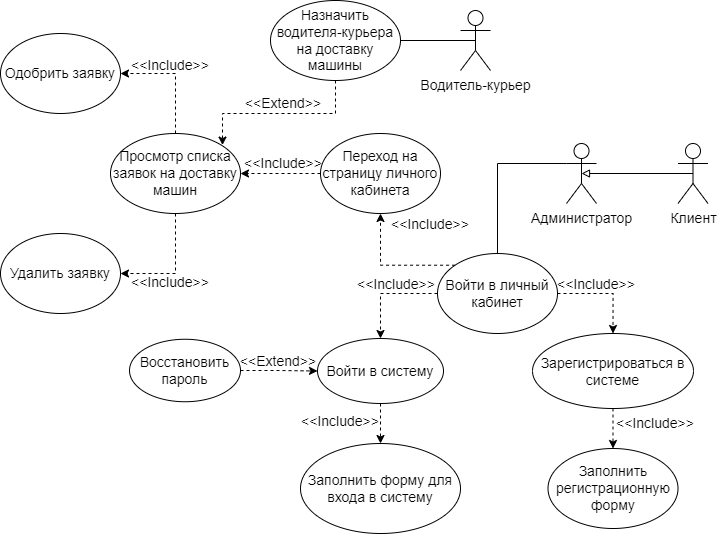
Earlier version of the draw.io export Diagrams/Диаграмма прецедентов (Use-case diagram)/Use Case-Администратор.drawio.png (plnppt/Programming-technologies-project). Source tidied: cells renumbered, new cells last; positions are measured from the earlier drawing's top-left corner, leaving out a move shared by most shapes. Its diagram source:
```xml
<mxGraphModel>
  <root>
    <mxCell id="0" />
    <mxCell id="1" parent="0" />
    <mxCell id="2" style="edgeStyle=orthogonalEdgeStyle;rounded=0;jettySize=auto;html=1;exitX=0;exitY=0.3333333333333333;exitDx=0;exitDy=0;exitPerimeter=0;entryX=0.5;entryY=0;entryDx=0;entryDy=0;fontSize=14;startArrow=none;startFill=0;endArrow=none;endFill=0;" parent="1" edge="1" source="3" target="6">
      <mxGeometry relative="1" as="geometry" />
    </mxCell>
    <mxCell id="3" value="Администратор" style="shape=umlActor;verticalLabelPosition=bottom;verticalAlign=top;html=1;outlineConnect=0;fontSize=14;" parent="1" vertex="1">
      <mxGeometry x="566" y="143" width="30" height="60" as="geometry" />
    </mxCell>
    <mxCell id="4" style="edgeStyle=orthogonalEdgeStyle;rounded=0;jettySize=auto;html=1;exitX=1;exitY=0.5;exitDx=0;exitDy=0;entryX=0.5;entryY=0;entryDx=0;entryDy=0;fontSize=14;dashed=1;" parent="1" edge="1" source="6" target="8">
      <mxGeometry relative="1" as="geometry" />
    </mxCell>
    <mxCell id="5" style="edgeStyle=orthogonalEdgeStyle;rounded=0;jettySize=auto;html=1;exitX=0;exitY=0.5;exitDx=0;exitDy=0;entryX=0.5;entryY=0;entryDx=0;entryDy=0;fontSize=14;dashed=1;" parent="1" edge="1" source="6" target="10">
      <mxGeometry relative="1" as="geometry" />
    </mxCell>
    <mxCell id="6" value="Войти в личный кабинет" style="ellipse;whiteSpace=wrap;html=1;fontSize=14;" parent="1" vertex="1">
      <mxGeometry x="437" y="253" width="120" height="80" as="geometry" />
    </mxCell>
    <mxCell id="7" style="edgeStyle=orthogonalEdgeStyle;rounded=0;jettySize=auto;html=1;exitX=0.5;exitY=1;exitDx=0;exitDy=0;entryX=0.5;entryY=0;entryDx=0;entryDy=0;fontSize=14;dashed=1;" parent="1" edge="1" source="8" target="11">
      <mxGeometry relative="1" as="geometry" />
    </mxCell>
    <mxCell id="8" value="Зарегистрироваться в системе" style="ellipse;whiteSpace=wrap;html=1;fontSize=14;" parent="1" vertex="1">
      <mxGeometry x="532" y="333" width="161" height="75" as="geometry" />
    </mxCell>
    <mxCell id="9" style="edgeStyle=orthogonalEdgeStyle;rounded=0;jettySize=auto;html=1;exitX=0.5;exitY=1;exitDx=0;exitDy=0;entryX=0.5;entryY=0;entryDx=0;entryDy=0;fontSize=14;dashed=1;" parent="1" edge="1" source="10" target="12">
      <mxGeometry relative="1" as="geometry" />
    </mxCell>
    <mxCell id="10" value="Войти в систему" style="ellipse;whiteSpace=wrap;html=1;fontSize=14;" parent="1" vertex="1">
      <mxGeometry x="317" y="338" width="126" height="65" as="geometry" />
    </mxCell>
    <mxCell id="11" value="Заполнить регистрационную форму" style="ellipse;whiteSpace=wrap;html=1;fontSize=14;" parent="1" vertex="1">
      <mxGeometry x="547.5" y="448" width="130" height="80" as="geometry" />
    </mxCell>
    <mxCell id="12" value="Заполнить форму для входа в систему" style="ellipse;whiteSpace=wrap;html=1;fontSize=14;" parent="1" vertex="1">
      <mxGeometry x="300" y="443" width="160" height="90" as="geometry" />
    </mxCell>
    <mxCell id="13" value="&amp;lt;&amp;lt;Include&amp;gt;&amp;gt;" style="text;html=1;strokeColor=none;fillColor=none;align=center;verticalAlign=middle;whiteSpace=wrap;rounded=0;fontSize=14;" parent="1" vertex="1">
      <mxGeometry x="366" y="269" width="60" height="30" as="geometry" />
    </mxCell>
    <mxCell id="14" value="&amp;lt;&amp;lt;Include&amp;gt;&amp;gt;" style="text;html=1;strokeColor=none;fillColor=none;align=center;verticalAlign=middle;whiteSpace=wrap;rounded=0;fontSize=14;" parent="1" vertex="1">
      <mxGeometry x="566" y="269" width="60" height="30" as="geometry" />
    </mxCell>
    <mxCell id="15" value="&amp;lt;&amp;lt;Include&amp;gt;&amp;gt;" style="text;html=1;strokeColor=none;fillColor=none;align=center;verticalAlign=middle;whiteSpace=wrap;rounded=0;fontSize=14;" parent="1" vertex="1">
      <mxGeometry x="310" y="406" width="60" height="30" as="geometry" />
    </mxCell>
    <mxCell id="16" value="&amp;lt;&amp;lt;Include&amp;gt;&amp;gt;" style="text;html=1;strokeColor=none;fillColor=none;align=center;verticalAlign=middle;whiteSpace=wrap;rounded=0;fontSize=14;" parent="1" vertex="1">
      <mxGeometry x="625" y="408" width="60" height="30" as="geometry" />
    </mxCell>
    <mxCell id="17" style="edgeStyle=orthogonalEdgeStyle;rounded=0;jettySize=auto;html=1;exitX=0;exitY=0;exitDx=0;exitDy=0;entryX=0.5;entryY=1;entryDx=0;entryDy=0;fontSize=14;startArrow=none;startFill=0;endArrow=classic;endFill=1;dashed=1;" parent="1" edge="1" target="19">
      <mxGeometry relative="1" as="geometry">
        <mxPoint x="454.6" y="264.7" as="sourcePoint" />
      </mxGeometry>
    </mxCell>
    <mxCell id="18" style="edgeStyle=orthogonalEdgeStyle;rounded=0;jettySize=auto;html=1;exitX=0;exitY=0.5;exitDx=0;exitDy=0;entryX=1;entryY=0.5;entryDx=0;entryDy=0;dashed=1;fontSize=14;startArrow=none;startFill=0;endArrow=classic;endFill=1;" parent="1" edge="1" source="19" target="22">
      <mxGeometry relative="1" as="geometry" />
    </mxCell>
    <mxCell id="19" value="Переход на страницу личного кабинета" style="ellipse;whiteSpace=wrap;html=1;fontSize=14;" parent="1" vertex="1">
      <mxGeometry x="320" y="133" width="120" height="80" as="geometry" />
    </mxCell>
    <mxCell id="20" style="edgeStyle=orthogonalEdgeStyle;rounded=0;jettySize=auto;html=1;exitX=0.5;exitY=0;exitDx=0;exitDy=0;entryX=1;entryY=0.5;entryDx=0;entryDy=0;dashed=1;fontSize=14;startArrow=none;startFill=0;endArrow=classic;endFill=1;" parent="1" edge="1" source="22" target="24">
      <mxGeometry relative="1" as="geometry" />
    </mxCell>
    <mxCell id="21" style="edgeStyle=orthogonalEdgeStyle;rounded=0;jettySize=auto;html=1;exitX=0.5;exitY=1;exitDx=0;exitDy=0;entryX=1;entryY=0.5;entryDx=0;entryDy=0;dashed=1;fontSize=14;startArrow=none;startFill=0;endArrow=classic;endFill=1;" parent="1" edge="1" source="22" target="25">
      <mxGeometry relative="1" as="geometry" />
    </mxCell>
    <mxCell id="22" value="Просмотр списка заявок на доставку машин" style="ellipse;whiteSpace=wrap;html=1;fontSize=14;" parent="1" vertex="1">
      <mxGeometry x="110" y="133" width="130" height="80" as="geometry" />
    </mxCell>
    <mxCell id="23" value="&amp;lt;&amp;lt;Include&amp;gt;&amp;gt;" style="text;html=1;strokeColor=none;fillColor=none;align=center;verticalAlign=middle;whiteSpace=wrap;rounded=0;fontSize=14;" parent="1" vertex="1">
      <mxGeometry x="400" y="209" width="60" height="30" as="geometry" />
    </mxCell>
    <mxCell id="24" value="Одобрить заявку" style="ellipse;whiteSpace=wrap;html=1;fontSize=14;" parent="1" vertex="1">
      <mxGeometry y="33" width="120" height="80" as="geometry" />
    </mxCell>
    <mxCell id="25" value="Удалить заявку" style="ellipse;whiteSpace=wrap;html=1;fontSize=14;" parent="1" vertex="1">
      <mxGeometry y="233" width="120" height="80" as="geometry" />
    </mxCell>
    <mxCell id="26" style="edgeStyle=orthogonalEdgeStyle;rounded=0;jettySize=auto;html=1;exitX=0.5;exitY=0.5;exitDx=0;exitDy=0;exitPerimeter=0;entryX=0.5;entryY=0.5;entryDx=0;entryDy=0;entryPerimeter=0;fontSize=14;startArrow=none;startFill=0;endArrow=block;endFill=0;" parent="1" edge="1" source="27" target="3">
      <mxGeometry relative="1" as="geometry" />
    </mxCell>
    <mxCell id="27" value="Клиент" style="shape=umlActor;verticalLabelPosition=bottom;verticalAlign=top;html=1;outlineConnect=0;fontSize=14;" parent="1" vertex="1">
      <mxGeometry x="677.5" y="143" width="30" height="60" as="geometry" />
    </mxCell>
    <mxCell id="28" value="&amp;lt;&amp;lt;Include&amp;gt;&amp;gt;" style="text;html=1;strokeColor=none;fillColor=none;align=center;verticalAlign=middle;whiteSpace=wrap;rounded=0;fontSize=14;" parent="1" vertex="1">
      <mxGeometry x="253" y="148" width="60" height="30" as="geometry" />
    </mxCell>
    <mxCell id="29" value="&amp;lt;&amp;lt;Include&amp;gt;&amp;gt;" style="text;html=1;strokeColor=none;fillColor=none;align=center;verticalAlign=middle;whiteSpace=wrap;rounded=0;fontSize=14;" parent="1" vertex="1">
      <mxGeometry x="140" y="50" width="60" height="30" as="geometry" />
    </mxCell>
    <mxCell id="30" value="&amp;lt;&amp;lt;Include&amp;gt;&amp;gt;" style="text;html=1;strokeColor=none;fillColor=none;align=center;verticalAlign=middle;whiteSpace=wrap;rounded=0;fontSize=14;" parent="1" vertex="1">
      <mxGeometry x="140" y="267" width="60" height="30" as="geometry" />
    </mxCell>
    <mxCell id="31" style="edgeStyle=orthogonalEdgeStyle;rounded=0;jettySize=auto;html=1;entryX=1;entryY=0;entryDx=0;entryDy=0;dashed=1;fontSize=14;startArrow=none;startFill=0;endArrow=classic;endFill=1;" parent="1" edge="1" source="33" target="22">
      <mxGeometry relative="1" as="geometry">
        <Array as="points">
          <mxPoint x="335" y="113" />
          <mxPoint x="222" y="113" />
        </Array>
      </mxGeometry>
    </mxCell>
    <mxCell id="32" style="edgeStyle=orthogonalEdgeStyle;rounded=0;jettySize=auto;html=1;exitX=1;exitY=0.5;exitDx=0;exitDy=0;entryX=0.5;entryY=0.5;entryDx=0;entryDy=0;entryPerimeter=0;fontSize=14;startArrow=none;startFill=0;endArrow=none;endFill=0;" parent="1" edge="1" source="33" target="35">
      <mxGeometry relative="1" as="geometry" />
    </mxCell>
    <mxCell id="33" value="Назначить водителя-курьера на доставку машины" style="ellipse;whiteSpace=wrap;html=1;fontSize=14;" parent="1" vertex="1">
      <mxGeometry x="270" width="130" height="80" as="geometry" />
    </mxCell>
    <mxCell id="34" value="&amp;lt;&amp;lt;Extend&amp;gt;&amp;gt;" style="text;html=1;strokeColor=none;fillColor=none;align=center;verticalAlign=middle;whiteSpace=wrap;rounded=0;fontSize=14;" parent="1" vertex="1">
      <mxGeometry x="253" y="88" width="60" height="30" as="geometry" />
    </mxCell>
    <mxCell id="35" value="Водитель-курьер" style="shape=umlActor;verticalLabelPosition=bottom;verticalAlign=top;html=1;outlineConnect=0;fontSize=14;" parent="1" vertex="1">
      <mxGeometry x="460" y="10" width="30" height="60" as="geometry" />
    </mxCell>
    <mxCell id="36" style="edgeStyle=orthogonalEdgeStyle;rounded=0;jettySize=auto;html=1;entryX=0;entryY=0.5;entryDx=0;entryDy=0;fontSize=14;startArrow=none;startFill=0;endArrow=classic;endFill=1;dashed=1;" parent="1" edge="1" source="37">
      <mxGeometry relative="1" as="geometry">
        <mxPoint x="317" y="370.5" as="targetPoint" />
      </mxGeometry>
    </mxCell>
    <mxCell id="37" value="Восстановить пароль" style="ellipse;whiteSpace=wrap;html=1;fontSize=14;" parent="1" vertex="1">
      <mxGeometry x="129" y="338.8" width="111" height="62.5" as="geometry" />
    </mxCell>
    <mxCell id="38" value="&amp;lt;&amp;lt;Extend&amp;gt;&amp;gt;" style="text;html=1;strokeColor=none;fillColor=none;align=center;verticalAlign=middle;whiteSpace=wrap;rounded=0;fontSize=14;" parent="1" vertex="1">
      <mxGeometry x="248" y="346" width="60" height="30" as="geometry" />
    </mxCell>
  </root>
</mxGraphModel>
```
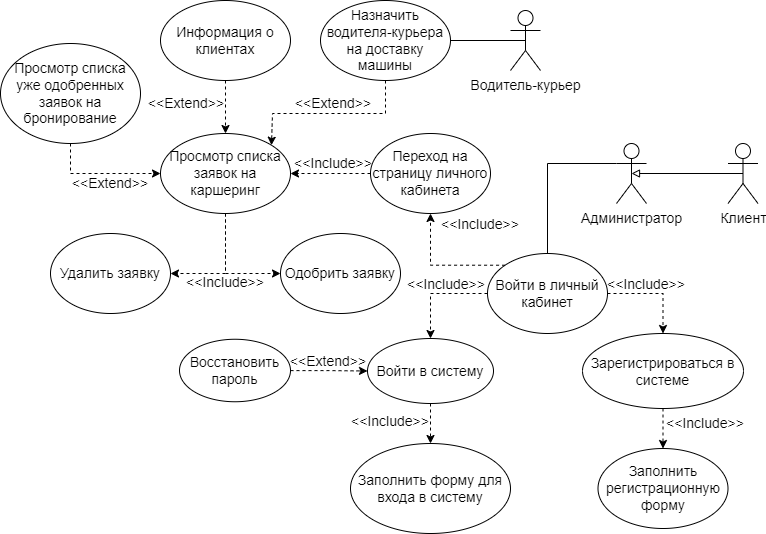
Later version of the same file.

Change to the diagram source:
```diff
@@ -58,20 +58,20 @@
     <mxCell id="19" value="Переход на страницу личного кабинета" style="ellipse;whiteSpace=wrap;html=1;fontSize=14;" parent="1" vertex="1">
       <mxGeometry x="320" y="133" width="120" height="80" as="geometry" />
     </mxCell>
-    <mxCell id="20" style="edgeStyle=orthogonalEdgeStyle;rounded=0;jettySize=auto;html=1;exitX=0.5;exitY=0;exitDx=0;exitDy=0;entryX=1;entryY=0.5;entryDx=0;entryDy=0;dashed=1;fontSize=14;startArrow=none;startFill=0;endArrow=classic;endFill=1;" parent="1" edge="1" source="22" target="24">
+    <mxCell id="20" style="edgeStyle=orthogonalEdgeStyle;rounded=0;jettySize=auto;html=1;exitX=0.5;exitY=1;exitDx=0;exitDy=0;entryX=0;entryY=0.5;entryDx=0;entryDy=0;dashed=1;fontSize=14;startArrow=none;startFill=0;endArrow=classic;endFill=1;" parent="1" edge="1" source="22" target="24">
       <mxGeometry relative="1" as="geometry" />
     </mxCell>
     <mxCell id="21" style="edgeStyle=orthogonalEdgeStyle;rounded=0;jettySize=auto;html=1;exitX=0.5;exitY=1;exitDx=0;exitDy=0;entryX=1;entryY=0.5;entryDx=0;entryDy=0;dashed=1;fontSize=14;startArrow=none;startFill=0;endArrow=classic;endFill=1;" parent="1" edge="1" source="22" target="25">
       <mxGeometry relative="1" as="geometry" />
     </mxCell>
-    <mxCell id="22" value="Просмотр списка заявок на доставку машин" style="ellipse;whiteSpace=wrap;html=1;fontSize=14;" parent="1" vertex="1">
+    <mxCell id="22" value="Просмотр списка заявок на каршеринг" style="ellipse;whiteSpace=wrap;html=1;fontSize=14;" parent="1" vertex="1">
       <mxGeometry x="110" y="133" width="130" height="80" as="geometry" />
     </mxCell>
     <mxCell id="23" value="&amp;lt;&amp;lt;Include&amp;gt;&amp;gt;" style="text;html=1;strokeColor=none;fillColor=none;align=center;verticalAlign=middle;whiteSpace=wrap;rounded=0;fontSize=14;" parent="1" vertex="1">
       <mxGeometry x="400" y="209" width="60" height="30" as="geometry" />
     </mxCell>
     <mxCell id="24" value="Одобрить заявку" style="ellipse;whiteSpace=wrap;html=1;fontSize=14;" parent="1" vertex="1">
-      <mxGeometry y="33" width="120" height="80" as="geometry" />
+      <mxGeometry x="230" y="233" width="120" height="80" as="geometry" />
     </mxCell>
     <mxCell id="25" value="Удалить заявку" style="ellipse;whiteSpace=wrap;html=1;fontSize=14;" parent="1" vertex="1">
       <mxGeometry y="233" width="120" height="80" as="geometry" />
@@ -85,11 +85,8 @@
     <mxCell id="28" value="&amp;lt;&amp;lt;Include&amp;gt;&amp;gt;" style="text;html=1;strokeColor=none;fillColor=none;align=center;verticalAlign=middle;whiteSpace=wrap;rounded=0;fontSize=14;" parent="1" vertex="1">
       <mxGeometry x="253" y="148" width="60" height="30" as="geometry" />
     </mxCell>
-    <mxCell id="29" value="&amp;lt;&amp;lt;Include&amp;gt;&amp;gt;" style="text;html=1;strokeColor=none;fillColor=none;align=center;verticalAlign=middle;whiteSpace=wrap;rounded=0;fontSize=14;" parent="1" vertex="1">
-      <mxGeometry x="140" y="50" width="60" height="30" as="geometry" />
-    </mxCell>
     <mxCell id="30" value="&amp;lt;&amp;lt;Include&amp;gt;&amp;gt;" style="text;html=1;strokeColor=none;fillColor=none;align=center;verticalAlign=middle;whiteSpace=wrap;rounded=0;fontSize=14;" parent="1" vertex="1">
-      <mxGeometry x="140" y="267" width="60" height="30" as="geometry" />
+      <mxGeometry x="145" y="267" width="60" height="30" as="geometry" />
     </mxCell>
     <mxCell id="31" style="edgeStyle=orthogonalEdgeStyle;rounded=0;jettySize=auto;html=1;entryX=1;entryY=0;entryDx=0;entryDy=0;dashed=1;fontSize=14;startArrow=none;startFill=0;endArrow=classic;endFill=1;" parent="1" edge="1" source="33" target="22">
       <mxGeometry relative="1" as="geometry">
@@ -122,5 +119,23 @@
     <mxCell id="38" value="&amp;lt;&amp;lt;Extend&amp;gt;&amp;gt;" style="text;html=1;strokeColor=none;fillColor=none;align=center;verticalAlign=middle;whiteSpace=wrap;rounded=0;fontSize=14;" parent="1" vertex="1">
       <mxGeometry x="248" y="346" width="60" height="30" as="geometry" />
     </mxCell>
+    <mxCell id="39" style="edgeStyle=orthogonalEdgeStyle;rounded=0;jettySize=auto;html=1;entryX=0.5;entryY=0;entryDx=0;entryDy=0;dashed=1;" parent="1" edge="1" source="40" target="22">
+      <mxGeometry relative="1" as="geometry" />
+    </mxCell>
+    <mxCell id="40" value="Информация о клиентах" style="ellipse;whiteSpace=wrap;html=1;fontSize=14;" parent="1" vertex="1">
+      <mxGeometry x="110" width="130" height="80" as="geometry" />
+    </mxCell>
+    <mxCell id="41" style="edgeStyle=orthogonalEdgeStyle;rounded=0;jettySize=auto;html=1;entryX=0;entryY=0.5;entryDx=0;entryDy=0;exitX=0.5;exitY=1;exitDx=0;exitDy=0;dashed=1;" parent="1" edge="1" source="42" target="22">
+      <mxGeometry relative="1" as="geometry" />
+    </mxCell>
+    <mxCell id="42" value="Просмотр списка уже одобренных заявок на бронирование" style="ellipse;whiteSpace=wrap;html=1;fontSize=14;" parent="1" vertex="1">
+      <mxGeometry x="-50" y="43" width="140" height="100" as="geometry" />
+    </mxCell>
+    <mxCell id="43" value="&lt;font style=&quot;font-size: 14px;&quot;&gt;&amp;lt;&amp;lt;Extend&amp;gt;&amp;gt;&lt;/font&gt;" style="text;html=1;strokeColor=none;fillColor=none;align=center;verticalAlign=middle;whiteSpace=wrap;rounded=0;" parent="1" vertex="1">
+      <mxGeometry x="30" y="168" width="60" height="30" as="geometry" />
+    </mxCell>
+    <mxCell id="44" value="&lt;font style=&quot;font-size: 14px;&quot;&gt;&amp;lt;&amp;lt;Extend&amp;gt;&amp;gt;&lt;/font&gt;" style="text;html=1;strokeColor=none;fillColor=none;align=center;verticalAlign=middle;whiteSpace=wrap;rounded=0;" parent="1" vertex="1">
+      <mxGeometry x="106" y="88" width="60" height="30" as="geometry" />
+    </mxCell>
   </root>
 </mxGraphModel>
```
